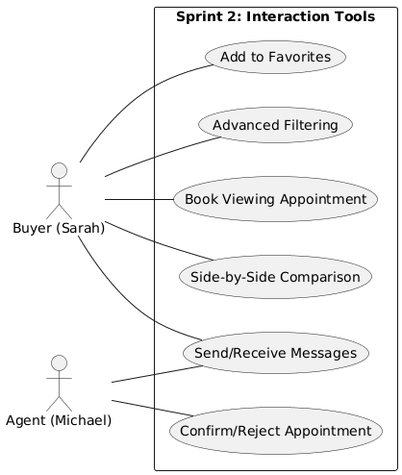
AZIZ-Soufiane/PropertyHub-PFE keeps this PlantUML diagram as Report/images/Sprint2-UseCase.png. Above is the earlier version. The source it was exported from:
```plantuml
@startuml
left to right direction
skinparam shadowing false

actor "Buyer (Sarah)" as Client
actor "Agent (Michael)" as Agent

rectangle "Sprint 2: Interaction Tools" {
    (Book Viewing Appointment) as UC_Book
    (Confirm/Reject Appointment) as UC_Confirm
    (Side-by-Side Comparison) as UC_Compare
    (Add to Favorites) as UC_Fav
    (Send/Receive Messages) as UC_Msg
    (Advanced Filtering) as UC_Filter
}

Client -- UC_Book
Client -- UC_Compare
Client -- UC_Fav
Client -- UC_Msg
Client -- UC_Filter

Agent -- UC_Confirm
Agent -- UC_Msg
@enduml
```
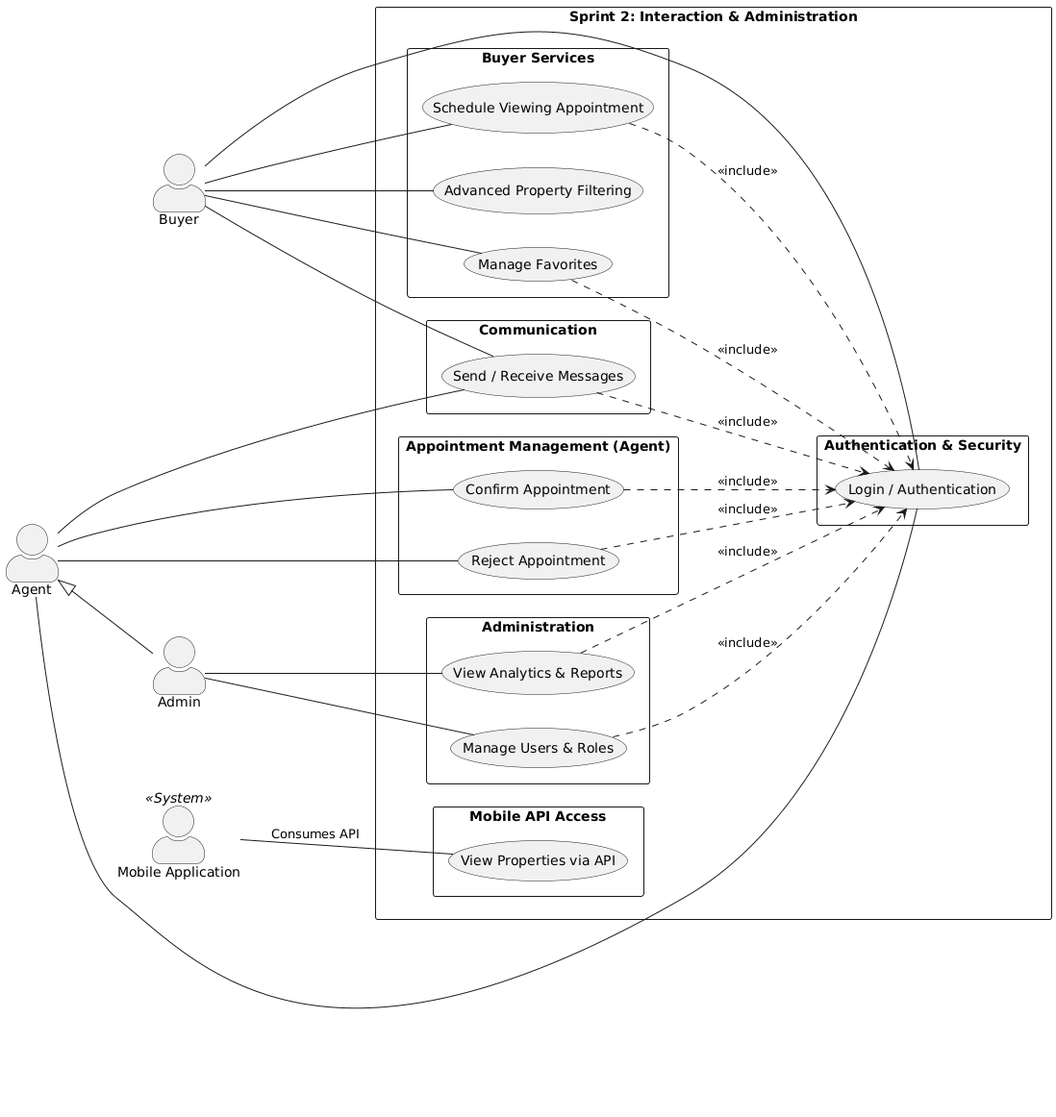
The same diagram one commit later.

Diff of the diagram source:
```diff
@@ -1,25 +1,69 @@
 @startuml
 left to right direction
+skinparam packageStyle rectangle
 skinparam shadowing false
+skinparam actorStyle awesome
 
-actor "Buyer (Sarah)" as Client
-actor "Agent (Michael)" as Agent
+actor "Buyer" as Buyer
+actor "Agent" as Agent
+actor "Admin" as Admin
+actor "Mobile Application" as MobileApp <<System>>
 
-rectangle "Sprint 2: Interaction Tools" {
-    (Book Viewing Appointment) as UC_Book
-    (Confirm/Reject Appointment) as UC_Confirm
-    (Side-by-Side Comparison) as UC_Compare
-    (Add to Favorites) as UC_Fav
-    (Send/Receive Messages) as UC_Msg
-    (Advanced Filtering) as UC_Filter
+Agent <|-- Admin
+
+rectangle "Sprint 2: Interaction & Administration" {
+
+  package "Authentication & Security" {
+      usecase "Login / Authentication" as Login
+  }
+
+  package "Buyer Services" {
+      usecase "Manage Favorites" as Favorites
+      usecase "Schedule Viewing Appointment" as Appointment
+      usecase "Advanced Property Filtering" as Filter
+  }
+
+  package "Communication" {
+      usecase "Send / Receive Messages" as Messaging
+  }
+
+  package "Appointment Management (Agent)" {
+      usecase "Confirm Appointment" as Confirm
+      usecase "Reject Appointment" as Reject
+  }
+
+  package "Administration" {
+      usecase "Manage Users & Roles" as Users
+      usecase "View Analytics & Reports" as Analytics
+  }
+
+  package "Mobile API Access" {
+      usecase "View Properties via API" as APIView
+  }
+
 }
 
-Client -- UC_Book
-Client -- UC_Compare
-Client -- UC_Fav
-Client -- UC_Msg
-Client -- UC_Filter
+Buyer -- Login
+Buyer -- Favorites
+Buyer -- Appointment
+Buyer -- Messaging
+Buyer -- Filter
 
-Agent -- UC_Confirm
-Agent -- UC_Msg
+Agent -- Login
+Agent -- Messaging
+Agent -- Confirm
+Agent -- Reject
+
+Admin -- Users
+Admin -- Analytics
+
+MobileApp -- APIView : Consumes API
+
+Favorites ..> Login : <<include>>
+Appointment ..> Login : <<include>>
+Messaging ..> Login : <<include>>
+Confirm ..> Login : <<include>>
+Reject ..> Login : <<include>>
+Users ..> Login : <<include>>
+Analytics ..> Login : <<include>>
 @enduml
```
